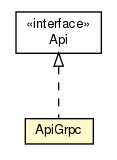
Earlier version of the Graphviz export javadoc/coreserver/com/connectlife/coreserver/apiserver/ApiGrpc.png (ericpinet/ConnectLife). Its source is kept beside it as javadoc/coreserver/com/connectlife/coreserver/apiserver/ApiGrpc.dot.
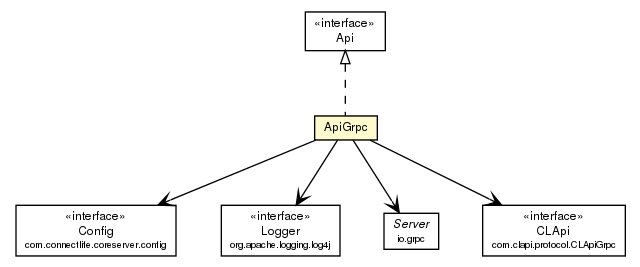
Later version of the same file.

Diff of the diagram source:
```diff
@@ -4,16 +4,47 @@
 	node [fontname="Helvetica",fontsize=10,shape=plaintext];
 	nodesep=0.25;
 	ranksep=0.5;
-	c969 [label=<<table title="com.connectlife.coreserver.apiserver.ApiGrpc" border="0" cellborder="1" cellspacing="0" cellpadding="2" port="p" bgcolor="lemonChiffon" href="./ApiGrpc.html">
+	c1084 [label=<<table title="com.connectlife.coreserver.apiserver.ApiGrpc" border="0" cellborder="1" cellspacing="0" cellpadding="2" port="p" bgcolor="lemonChiffon" href="./ApiGrpc.html">
 		<tr><td><table border="0" cellspacing="0" cellpadding="1">
 <tr><td align="center" balign="center"> ApiGrpc </td></tr>
 		</table></td></tr>
-		</table>>, fontname="Helvetica", fontcolor="black", fontsize=10.0];
-	c970 [label=<<table title="com.connectlife.coreserver.apiserver.Api" border="0" cellborder="1" cellspacing="0" cellpadding="2" port="p" href="./Api.html">
+		</table>>, fontname="Helvetica", fontcolor="black", fontsize=9.0];
+	c1085 [label=<<table title="com.connectlife.coreserver.apiserver.Api" border="0" cellborder="1" cellspacing="0" cellpadding="2" port="p" href="./Api.html">
 		<tr><td><table border="0" cellspacing="0" cellpadding="1">
 <tr><td align="center" balign="center"> &#171;interface&#187; </td></tr>
 <tr><td align="center" balign="center"> Api </td></tr>
 		</table></td></tr>
-		</table>>, fontname="Helvetica", fontcolor="black", fontsize=10.0];
-	c970:p -> c969:p [dir=back,arrowtail=empty,style=dashed];
+		</table>>, fontname="Helvetica", fontcolor="black", fontsize=9.0];
+	c1108 [label=<<table title="com.connectlife.coreserver.config.Config" border="0" cellborder="1" cellspacing="0" cellpadding="2" port="p" href="../config/Config.html">
+		<tr><td><table border="0" cellspacing="0" cellpadding="1">
+<tr><td align="center" balign="center"> &#171;interface&#187; </td></tr>
+<tr><td align="center" balign="center"> Config </td></tr>
+<tr><td align="center" balign="center"><font point-size="7.0"> com.connectlife.coreserver.config </font></td></tr>
+		</table></td></tr>
+		</table>>, fontname="Helvetica", fontcolor="black", fontsize=9.0];
+	c1085:p -> c1084:p [dir=back,arrowtail=empty,style=dashed];
+	c1084:p -> c1114:p [taillabel="", label="", headlabel="", fontname="Helvetica", fontcolor="black", fontsize=10.0, color="black", arrowhead=open];
+	c1084:p -> c1108:p [taillabel="", label="", headlabel="", fontname="Helvetica", fontcolor="black", fontsize=10.0, color="black", arrowhead=open];
+	c1084:p -> c1116:p [taillabel="", label="", headlabel="", fontname="Helvetica", fontcolor="black", fontsize=10.0, color="black", arrowhead=open];
+	c1084:p -> c1117:p [taillabel="", label="", headlabel="", fontname="Helvetica", fontcolor="black", fontsize=10.0, color="black", arrowhead=open];
+	c1117 [label=<<table title="com.clapi.protocol.CLApiGrpc.CLApi" border="0" cellborder="1" cellspacing="0" cellpadding="2" port="p" href="http://java.sun.com/j2se/1.4.2/docs/api/com/clapi/protocol/CLApiGrpc/CLApi.html">
+		<tr><td><table border="0" cellspacing="0" cellpadding="1">
+<tr><td align="center" balign="center"> &#171;interface&#187; </td></tr>
+<tr><td align="center" balign="center"> CLApi </td></tr>
+<tr><td align="center" balign="center"><font point-size="7.0"> com.clapi.protocol.CLApiGrpc </font></td></tr>
+		</table></td></tr>
+		</table>>, fontname="Helvetica", fontcolor="black", fontsize=9.0];
+	c1116 [label=<<table title="io.grpc.Server" border="0" cellborder="1" cellspacing="0" cellpadding="2" port="p" href="http://java.sun.com/j2se/1.4.2/docs/api/io/grpc/Server.html">
+		<tr><td><table border="0" cellspacing="0" cellpadding="1">
+<tr><td align="center" balign="center"><font face="Helvetica-Oblique"> Server </font></td></tr>
+<tr><td align="center" balign="center"><font point-size="7.0"> io.grpc </font></td></tr>
+		</table></td></tr>
+		</table>>, fontname="Helvetica", fontcolor="black", fontsize=9.0];
+	c1114 [label=<<table title="org.apache.logging.log4j.Logger" border="0" cellborder="1" cellspacing="0" cellpadding="2" port="p" href="http://java.sun.com/j2se/1.4.2/docs/api/org/apache/logging/log4j/Logger.html">
+		<tr><td><table border="0" cellspacing="0" cellpadding="1">
+<tr><td align="center" balign="center"> &#171;interface&#187; </td></tr>
+<tr><td align="center" balign="center"> Logger </td></tr>
+<tr><td align="center" balign="center"><font point-size="7.0"> org.apache.logging.log4j </font></td></tr>
+		</table></td></tr>
+		</table>>, fontname="Helvetica", fontcolor="black", fontsize=9.0];
 }
```
